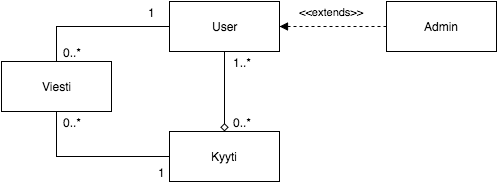
jkarenko/Tsoha-Bootstrap keeps this draw.io diagram as doc/class1.png. Above is the earlier version. Source tidied: cells renumbered, new cells last; positions are measured from the earlier drawing's top-left corner, leaving out a move shared by most shapes. Its diagram source:
```xml
<mxGraphModel background="#ffffff">
  <root>
    <mxCell id="0" />
    <mxCell id="1" parent="0" />
    <mxCell id="2" style="edgeStyle=orthogonalEdgeStyle;rounded=0;html=1;exitX=0.5;exitY=1;entryX=0.5;entryY=0;jettySize=auto;strokeColor=#000000;endArrow=diamond;endFill=0;" parent="1" edge="1" source="5" target="6">
      <mxGeometry relative="1" as="geometry" />
    </mxCell>
    <mxCell id="3" value="0..*" style="text;html=1;align=center;verticalAlign=middle;labelBackgroundColor=#ffffff;" parent="2" vertex="1">
      <mxGeometry x="0.65" y="-1" relative="1" as="geometry">
        <mxPoint x="18" y="4" as="offset" />
      </mxGeometry>
    </mxCell>
    <mxCell id="4" value="1..*" style="text;html=1;align=center;verticalAlign=middle;labelBackgroundColor=#ffffff;" parent="2" vertex="1">
      <mxGeometry x="-0.65" y="1" relative="1" as="geometry">
        <mxPoint x="16" y="-4" as="offset" />
      </mxGeometry>
    </mxCell>
    <mxCell id="5" value="User" style="html=1;" parent="1" vertex="1">
      <mxGeometry x="168" width="110" height="50" as="geometry" />
    </mxCell>
    <mxCell id="6" value="Kyyti" style="html=1;" parent="1" vertex="1">
      <mxGeometry x="168" y="130" width="110" height="50" as="geometry" />
    </mxCell>
    <mxCell id="7" style="edgeStyle=orthogonalEdgeStyle;rounded=0;html=1;exitX=0.5;exitY=0;entryX=0;entryY=0.5;endArrow=none;endFill=0;jettySize=auto;strokeColor=#000000;" parent="1" edge="1" source="13" target="5">
      <mxGeometry relative="1" as="geometry" />
    </mxCell>
    <mxCell id="8" value="0..*" style="text;html=1;align=center;verticalAlign=middle;labelBackgroundColor=#ffffff;" parent="7" vertex="1">
      <mxGeometry x="-0.84" y="-2" relative="1" as="geometry">
        <mxPoint x="13" y="2" as="offset" />
      </mxGeometry>
    </mxCell>
    <mxCell id="9" value="1" style="text;html=1;align=center;verticalAlign=middle;labelBackgroundColor=#ffffff;" parent="7" vertex="1">
      <mxGeometry x="0.77" y="-1" relative="1" as="geometry">
        <mxPoint x="-1" y="-16" as="offset" />
      </mxGeometry>
    </mxCell>
    <mxCell id="10" style="edgeStyle=orthogonalEdgeStyle;rounded=0;html=1;exitX=0.5;exitY=1;entryX=0;entryY=0.5;endArrow=none;endFill=0;jettySize=auto;strokeColor=#000000;" parent="1" edge="1" source="13" target="6">
      <mxGeometry relative="1" as="geometry" />
    </mxCell>
    <mxCell id="11" value="0..*" style="text;html=1;align=center;verticalAlign=middle;labelBackgroundColor=#ffffff;" parent="10" vertex="1">
      <mxGeometry x="-0.86" y="1" relative="1" as="geometry">
        <mxPoint x="14" y="-1" as="offset" />
      </mxGeometry>
    </mxCell>
    <mxCell id="12" value="1" style="text;html=1;align=center;verticalAlign=middle;labelBackgroundColor=#ffffff;" parent="10" vertex="1">
      <mxGeometry x="0.84" y="-2" relative="1" as="geometry">
        <mxPoint x="5" y="13" as="offset" />
      </mxGeometry>
    </mxCell>
    <mxCell id="13" value="Viesti" style="html=1;" parent="1" vertex="1">
      <mxGeometry y="60" width="110" height="50" as="geometry" />
    </mxCell>
    <mxCell id="14" value="&amp;lt;&amp;lt;extends&amp;gt;&amp;gt;" style="edgeStyle=orthogonalEdgeStyle;rounded=0;html=1;exitX=0;exitY=0.5;entryX=1;entryY=0.5;endArrow=block;endFill=1;jettySize=auto;strokeColor=#000000;dashed=1;startArrow=none;startFill=0;" parent="1" edge="1" source="15" target="5">
      <mxGeometry x="0.03" y="-15" relative="1" as="geometry" />
    </mxCell>
    <mxCell id="15" value="Admin" style="html=1;" parent="1" vertex="1">
      <mxGeometry x="385" width="110" height="50" as="geometry" />
    </mxCell>
  </root>
</mxGraphModel>
```
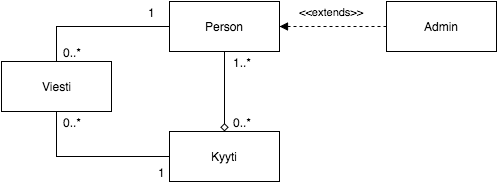
The same file after the commit.

Commit message:
update class diagram

Diff of the diagram source:
```diff
@@ -15,7 +15,7 @@
         <mxPoint x="16" y="-4" as="offset" />
       </mxGeometry>
     </mxCell>
-    <mxCell id="5" value="User" style="html=1;" parent="1" vertex="1">
+    <mxCell id="5" value="Person" style="html=1;" parent="1" vertex="1">
       <mxGeometry x="168" width="110" height="50" as="geometry" />
     </mxCell>
     <mxCell id="6" value="Kyyti" style="html=1;" parent="1" vertex="1">
```
